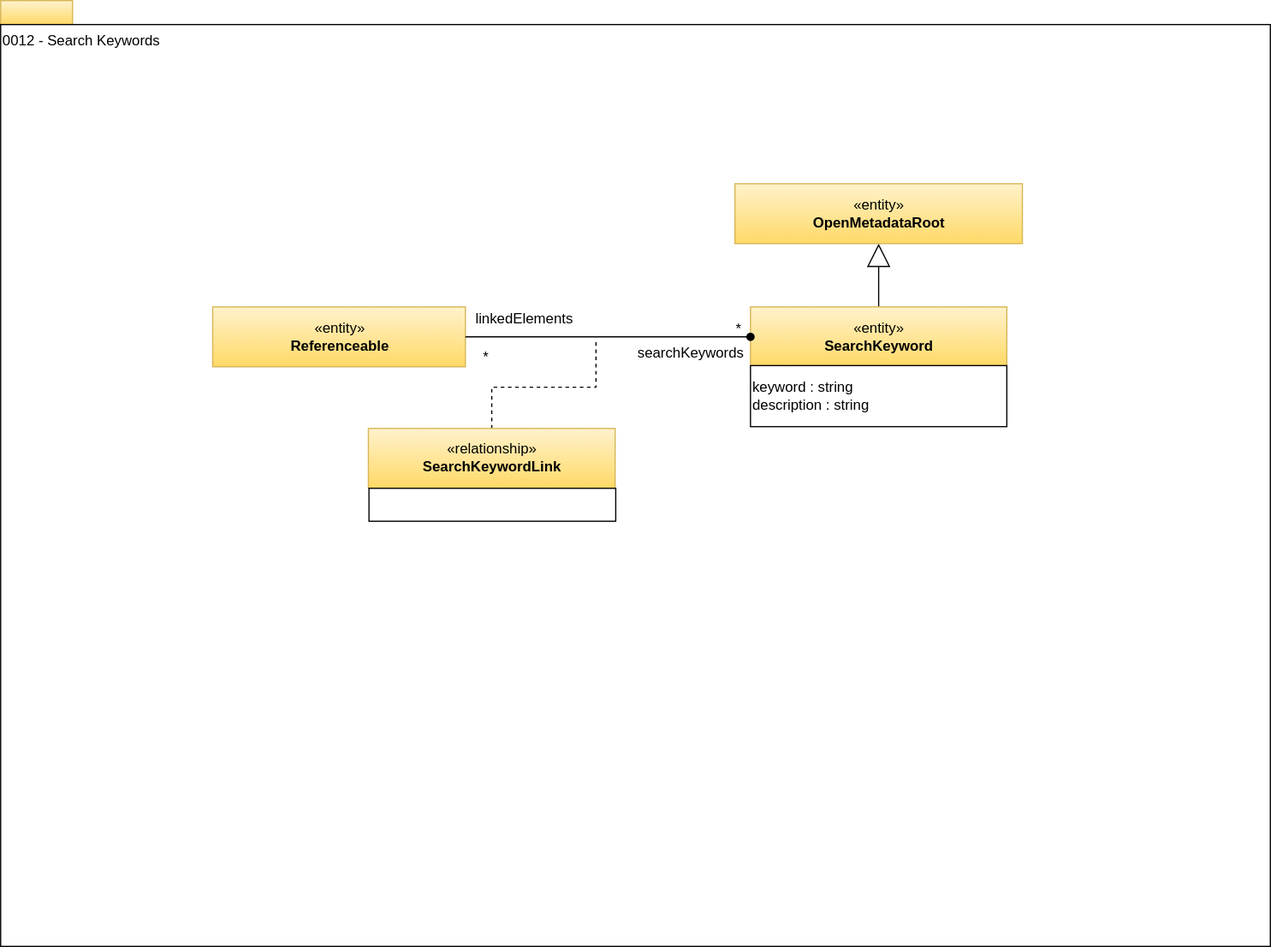
Above: site/docs/types/0/0012-Search-Keywords.svg in odpi/egeria-docs (draw.io), before the change. Source tidied: cells renumbered, new cells last; positions are measured from the earlier drawing's top-left corner, leaving out a move shared by most shapes.
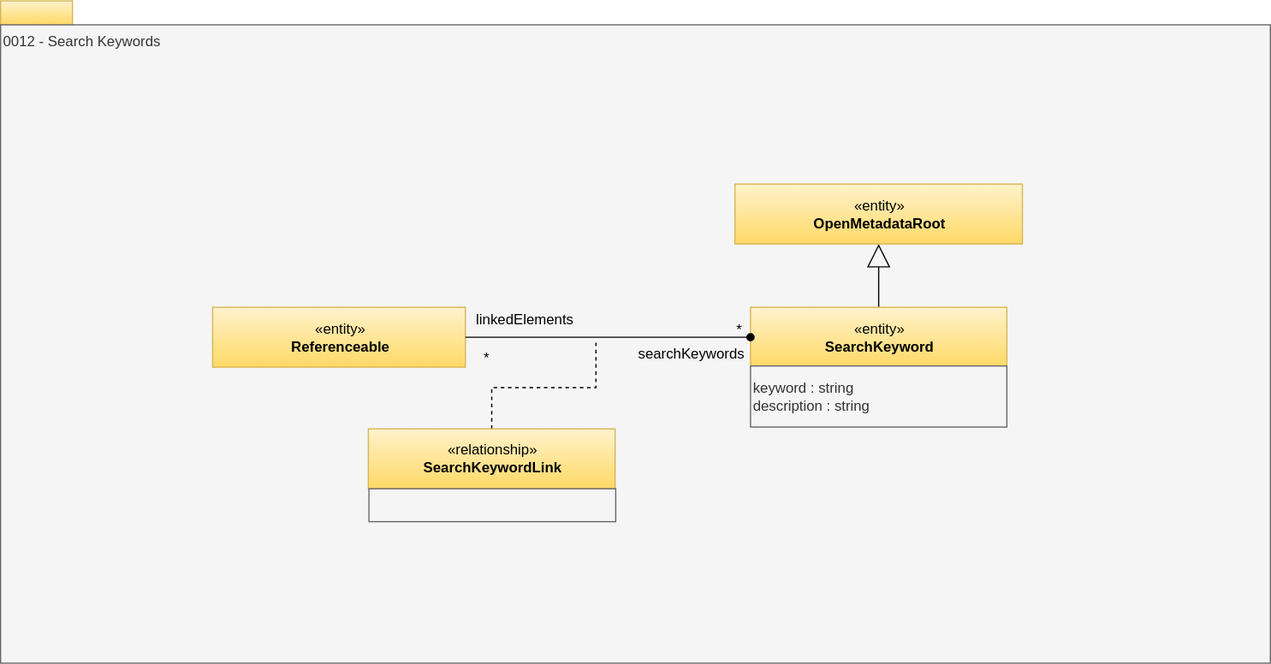
The same file after the commit.

Change to the diagram source:
```diff
@@ -5,8 +5,8 @@
     <mxCell id="2" style="rounded=0;whiteSpace=wrap;html=1;align=left;fillColor=#fff2cc;strokeColor=#d6b656;gradientColor=#ffd966;" parent="1" vertex="1">
       <mxGeometry width="60" height="20" as="geometry" />
     </mxCell>
-    <mxCell id="3" value="0012 - Search Keywords" style="rounded=0;whiteSpace=wrap;html=1;align=left;verticalAlign=top;" parent="1" vertex="1">
-      <mxGeometry y="20" width="1060" height="770" as="geometry" />
+    <mxCell id="3" value="0012 - Search Keywords" style="rounded=0;whiteSpace=wrap;html=1;align=left;verticalAlign=top;fillColor=#f5f5f5;fontColor=#333333;strokeColor=#666666;" parent="1" vertex="1">
+      <mxGeometry y="20" width="1060" height="533" as="geometry" />
     </mxCell>
     <mxCell id="4" value="«entity»&lt;br&gt;&lt;b&gt;Referenceable&lt;/b&gt;" style="html=1;strokeColor=#d6b656;align=center;fillColor=#fff2cc;gradientColor=#ffd966;" parent="1" vertex="1">
       <mxGeometry x="177" y="255.9" width="211" height="50" as="geometry" />
@@ -17,7 +17,7 @@
     <mxCell id="6" value="«entity»&lt;br&gt;&lt;b&gt;SearchKeyword&lt;/b&gt;" style="html=1;strokeColor=#d6b656;align=center;fillColor=#fff2cc;gradientColor=#ffd966;" parent="1" vertex="1">
       <mxGeometry x="626" y="255.9" width="214" height="50" as="geometry" />
     </mxCell>
-    <mxCell id="7" value="keyword : string&lt;br&gt;description : string&lt;br&gt;&lt;div style=&quot;text-align: left&quot;&gt;&lt;/div&gt;" style="rounded=0;whiteSpace=wrap;html=1;strokeColor=#000000;gradientColor=#ffffff;align=left;" parent="1" vertex="1">
+    <mxCell id="7" value="keyword : string&lt;br&gt;description : string&lt;br&gt;&lt;div style=&quot;text-align: left&quot;&gt;&lt;/div&gt;" style="rounded=0;whiteSpace=wrap;html=1;strokeColor=#666666;align=left;fillColor=#f5f5f5;fontColor=#333333;" parent="1" vertex="1">
       <mxGeometry x="626" y="304.9" width="214" height="51" as="geometry" />
     </mxCell>
     <mxCell id="8" style="edgeStyle=orthogonalEdgeStyle;rounded=0;html=1;exitX=0.5;exitY=0;dashed=1;endArrow=none;endFill=0;jettySize=auto;exitDx=0;exitDy=0;" parent="1" edge="1" source="9">
@@ -32,7 +32,7 @@
     <mxCell id="9" value="«relationship»&lt;br&gt;&lt;b&gt;SearchKeywordLink&lt;/b&gt;" style="html=1;strokeColor=#d6b656;align=center;fillColor=#fff2cc;gradientColor=#ffd966;" parent="1" vertex="1">
       <mxGeometry x="307" y="357.4" width="206" height="50" as="geometry" />
     </mxCell>
-    <mxCell id="10" style="rounded=0;whiteSpace=wrap;html=1;strokeColor=#000000;gradientColor=#ffffff;align=left;" parent="1" vertex="1">
+    <mxCell id="10" style="rounded=0;whiteSpace=wrap;html=1;strokeColor=#666666;align=left;fillColor=#f5f5f5;fontColor=#333333;" parent="1" vertex="1">
       <mxGeometry x="307.5" y="407.4" width="206" height="27.5" as="geometry" />
     </mxCell>
     <mxCell id="11" value="linkedElements" style="text;html=1;align=center;verticalAlign=top;spacingTop=-4;" parent="1" vertex="1">
```
